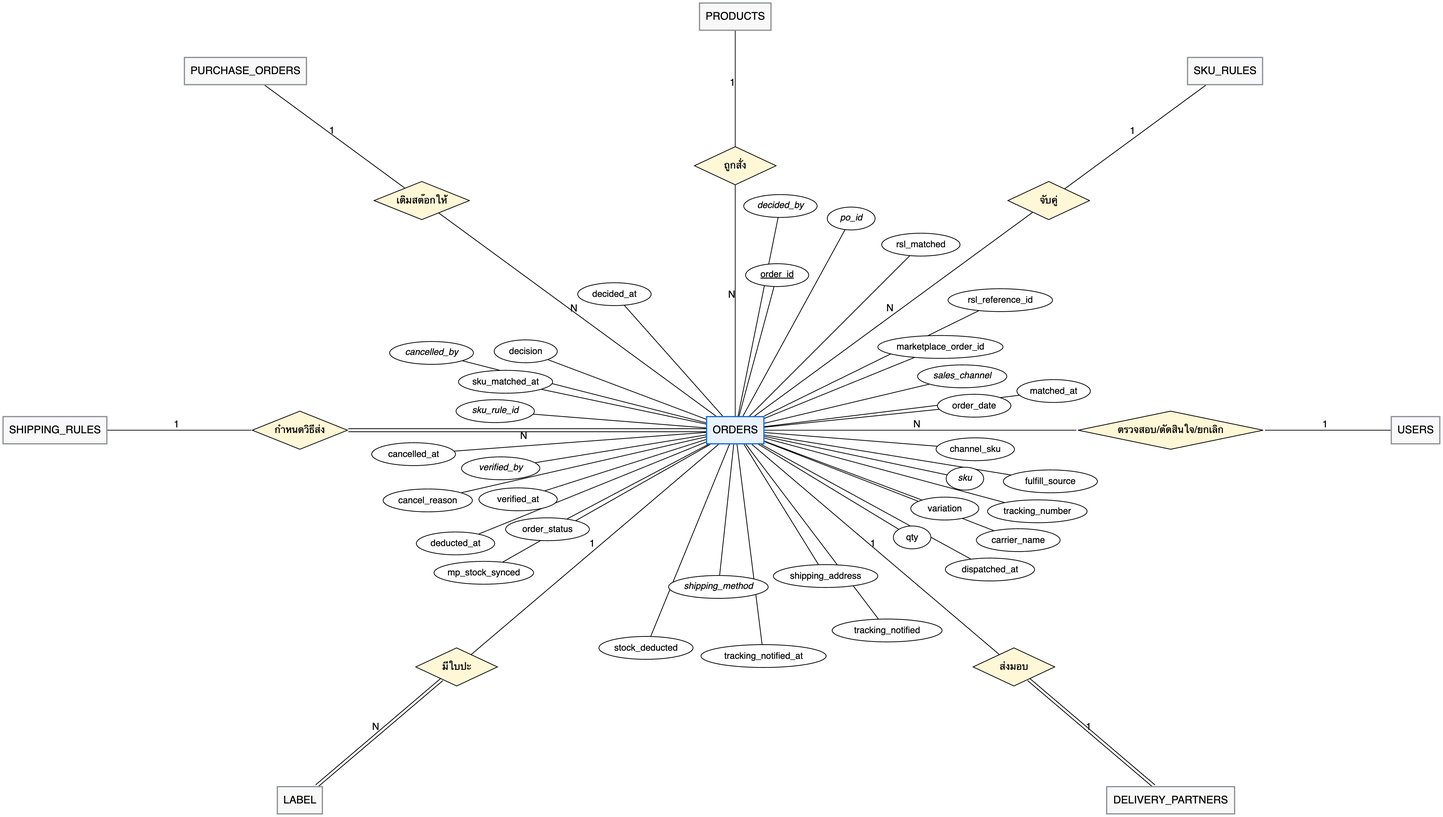
Earlier version of the Graphviz export 04-chapter2-diagrams-database/diagrams/png/er-1.png (xbpkdi/321-sa-proj). Its source is kept beside it as 04-chapter2-diagrams-database/diagrams/src/er-1.dot.
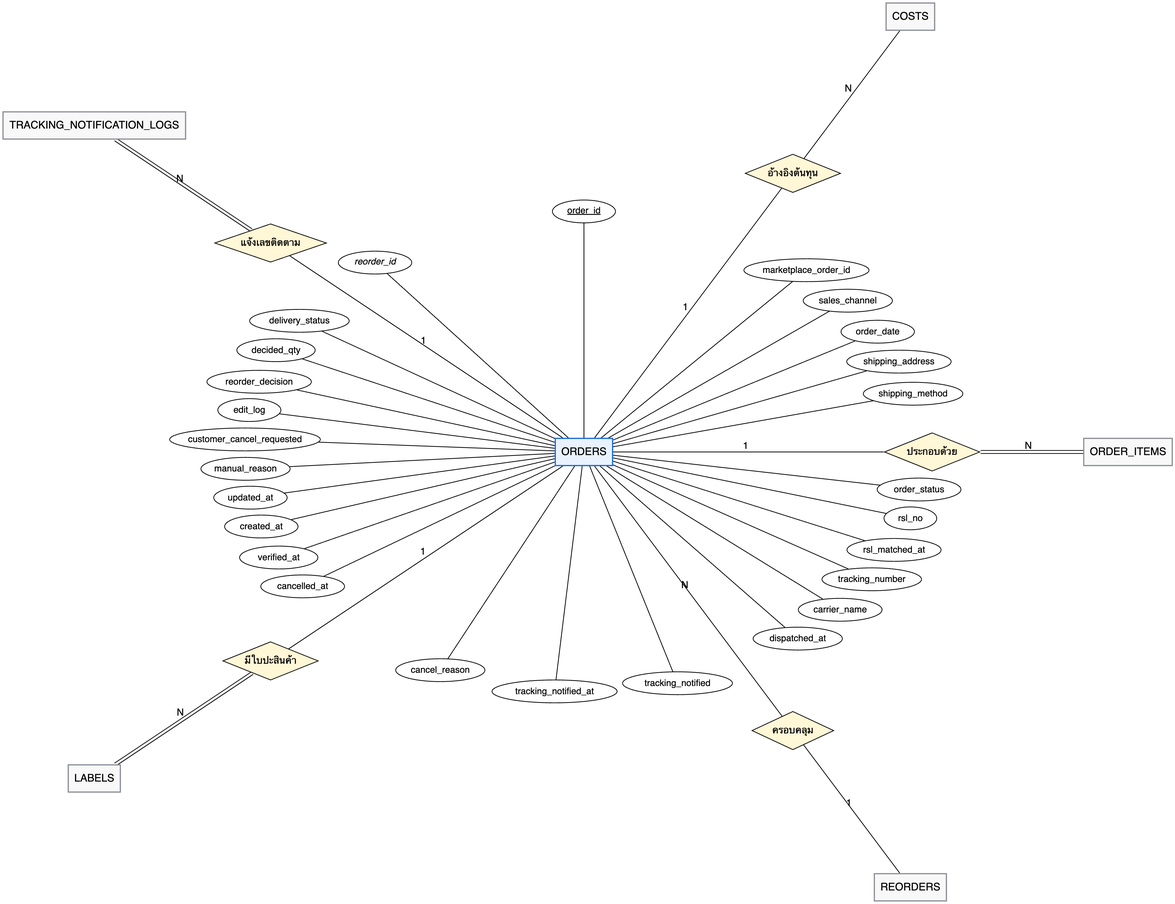
The same diagram one commit later.

Diff of the diagram source:
```diff
@@ -1,101 +1,77 @@
 graph ER {
   layout=neato; overlap=true; splines=line; outputorder=edgesfirst;
   node [fontname="Helvetica", fontsize=14]; edge [fontname="Helvetica", fontsize=13];
-  "rel0" [pos="0.00,4.86!", shape=diamond, style=filled, fillcolor="#fff7d6", label="ถูกสั่ง", fontsize=13, fixedsize=true, width=1.50, height=0.7];
-  "products" -- "rel0" [label="1"];
-  "rel0" -- "orders" [label="N"];
-  "rel1" [pos="5.76,4.22!", shape=diamond, style=filled, fillcolor="#fff7d6", label="จับคู่", fontsize=13, fixedsize=true, width=1.50, height=0.7];
-  "sku_rules" -- "rel1" [label="1"];
-  "rel1" -- "orders" [label="N"];
-  "rel2" [pos="-5.76,4.22!", shape=diamond, style=filled, fillcolor="#fff7d6", label="เติมสต๊อกให้", fontsize=13, fixedsize=true, width=1.75, height=0.7];
-  "purchase_orders" -- "rel2" [label="1"];
-  "rel2" -- "orders" [label="N"];
-  "rel3" [pos="-8.00,0.00!", shape=diamond, style=filled, fillcolor="#fff7d6", label="กำหนดวิธีส่ง", fontsize=13, fixedsize=true, width=1.75, height=0.7];
-  "shipping_rules" -- "rel3" [label="1"];
-  "rel3" -- "orders" [label="N", color="black:invis:black"];
-  "rel4" [pos="8.00,0.00!", shape=diamond, style=filled, fillcolor="#fff7d6", label="ตรวจสอบ/ตัดสินใจ/ยกเลิก", fontsize=13, fixedsize=true, width=3.40, height=0.7];
-  "users" -- "rel4" [label="1"];
-  "rel4" -- "orders" [label="N"];
-  "rel5" [pos="-5.12,-4.35!", shape=diamond, style=filled, fillcolor="#fff7d6", label="มีใบปะ", fontsize=13, fixedsize=true, width=1.50, height=0.7];
-  "orders" -- "rel5" [label="1"];
-  "rel5" -- "label" [label="N", color="black:invis:black"];
-  "rel6" [pos="5.12,-4.35!", shape=diamond, style=filled, fillcolor="#fff7d6", label="ส่งมอบ", fontsize=13, fixedsize=true, width=1.50, height=0.7];
-  "orders" -- "rel6" [label="1"];
-  "rel6" -- "delivery_partners" [label="1", color="black:invis:black"];
-  "users" [pos="12.50,0.00!", shape=box, style="filled", fillcolor="#f8f8f8", color="#8c8f97", penwidth=1.6, label="USERS"];
-  "products" [pos="0.00,7.60!", shape=box, style="filled", fillcolor="#f8f8f8", color="#8c8f97", penwidth=1.6, label="PRODUCTS"];
-  "sku_rules" [pos="9.00,6.60!", shape=box, style="filled", fillcolor="#f8f8f8", color="#8c8f97", penwidth=1.6, label="SKU_RULES"];
-  "purchase_orders" [pos="-9.00,6.60!", shape=box, style="filled", fillcolor="#f8f8f8", color="#8c8f97", penwidth=1.6, label="PURCHASE_ORDERS"];
-  "shipping_rules" [pos="-12.50,0.00!", shape=box, style="filled", fillcolor="#f8f8f8", color="#8c8f97", penwidth=1.6, label="SHIPPING_RULES"];
+  "rel0" [pos="6.40,0.00!", shape=diamond, style=filled, fillcolor="#fff7d6", label="ประกอบด้วย", fontsize=13, fixedsize=true, width=1.75, height=0.7];
+  "orders" -- "rel0" [label="1"];
+  "rel0" -- "order_items" [label="N", color="black:invis:black"];
+  "rel1" [pos="-5.76,-3.84!", shape=diamond, style=filled, fillcolor="#fff7d6", label="มีใบปะสินค้า", fontsize=13, fixedsize=true, width=1.75, height=0.7];
+  "orders" -- "rel1" [label="1"];
+  "rel1" -- "labels" [label="N", color="black:invis:black"];
+  "rel2" [pos="3.84,5.12!", shape=diamond, style=filled, fillcolor="#fff7d6", label="อ้างอิงต้นทุน", fontsize=13, fixedsize=true, width=1.75, height=0.7];
+  "orders" -- "rel2" [label="1"];
+  "rel2" -- "costs" [label="N"];
+  "rel3" [pos="3.84,-5.12!", shape=diamond, style=filled, fillcolor="#fff7d6", label="ครอบคลุม", fontsize=13, fixedsize=true, width=1.50, height=0.7];
+  "reorders" -- "rel3" [label="1"];
+  "rel3" -- "orders" [label="N"];
+  "rel4" [pos="-5.76,3.84!", shape=diamond, style=filled, fillcolor="#fff7d6", label="แจ้งเลขติดตาม", fontsize=13, fixedsize=true, width=2.05, height=0.7];
+  "orders" -- "rel4" [label="1"];
+  "rel4" -- "tracking_notification_logs" [label="N", color="black:invis:black"];
   "orders" [pos="0.00,0.00!", shape=box, style="filled", fillcolor="#e9f2fe", color="#1868db", penwidth=1.6, label="ORDERS"];
-  "orders.order_id" [pos="0.77,2.85!", shape=ellipse, style=filled, fillcolor=white, label=<<u>order_id</u>>, fontsize=12, fixedsize=true, width=1.16, height=0.42];
+  "orders.order_id" [pos="0.00,4.42!", shape=ellipse, style=filled, fillcolor=white, label=<<u>order_id</u>>, fontsize=12, fixedsize=true, width=1.16, height=0.42];
   "orders" -- "orders.order_id";
-  "orders.marketplace_order_id" [pos="3.77,1.53!", shape=ellipse, style=filled, fillcolor=white, label="marketplace_order_id", fontsize=12, fixedsize=true, width=2.30, height=0.42];
+  "orders.marketplace_order_id" [pos="4.09,3.34!", shape=ellipse, style=filled, fillcolor=white, label="marketplace_order_id", fontsize=12, fixedsize=true, width=2.30, height=0.42];
   "orders" -- "orders.marketplace_order_id";
-  "orders.sales_channel" [pos="4.17,0.99!", shape=ellipse, style=filled, fillcolor=white, label=<<i>sales_channel</i>>, fontsize=12, fixedsize=true, width=1.64, height=0.42];
+  "orders.sales_channel" [pos="4.85,2.78!", shape=ellipse, style=filled, fillcolor=white, label="sales_channel", fontsize=12, fixedsize=true, width=1.64, height=0.42];
   "orders" -- "orders.sales_channel";
-  "orders.order_date" [pos="4.39,0.45!", shape=ellipse, style=filled, fillcolor=white, label="order_date", fontsize=12, fixedsize=true, width=1.35, height=0.42];
+  "orders.order_date" [pos="5.40,2.21!", shape=ellipse, style=filled, fillcolor=white, label="order_date", fontsize=12, fixedsize=true, width=1.35, height=0.42];
   "orders" -- "orders.order_date";
-  "orders.channel_sku" [pos="4.41,-0.35!", shape=ellipse, style=filled, fillcolor=white, label="channel_sku", fontsize=12, fixedsize=true, width=1.44, height=0.42];
-  "orders" -- "orders.channel_sku";
-  "orders.sku" [pos="4.22,-0.89!", shape=ellipse, style=filled, fillcolor=white, label=<<i>sku</i>>, fontsize=12, fixedsize=true, width=0.69, height=0.42];
-  "orders" -- "orders.sku";
-  "orders.variation" [pos="3.85,-1.44!", shape=ellipse, style=filled, fillcolor=white, label="variation", fontsize=12, fixedsize=true, width=1.25, height=0.42];
-  "orders" -- "orders.variation";
-  "orders.qty" [pos="3.25,-1.97!", shape=ellipse, style=filled, fillcolor=white, label="qty", fontsize=12, fixedsize=true, width=0.69, height=0.42];
-  "orders" -- "orders.qty";
-  "orders.shipping_address" [pos="1.66,-2.68!", shape=ellipse, style=filled, fillcolor=white, label="shipping_address", fontsize=12, fixedsize=true, width=1.92, height=0.42];
+  "orders.shipping_address" [pos="5.79,1.66!", shape=ellipse, style=filled, fillcolor=white, label="shipping_address", fontsize=12, fixedsize=true, width=1.92, height=0.42];
   "orders" -- "orders.shipping_address";
-  "orders.shipping_method" [pos="-0.31,-2.88!", shape=ellipse, style=filled, fillcolor=white, label=<<i>shipping_method</i>>, fontsize=12, fixedsize=true, width=1.83, height=0.42];
+  "orders.shipping_method" [pos="6.05,1.07!", shape=ellipse, style=filled, fillcolor=white, label="shipping_method", fontsize=12, fixedsize=true, width=1.83, height=0.42];
   "orders" -- "orders.shipping_method";
-  "orders.order_status" [pos="-3.45,-1.82!", shape=ellipse, style=filled, fillcolor=white, label="order_status", fontsize=12, fixedsize=true, width=1.54, height=0.42];
+  "orders.order_status" [pos="6.16,-0.69!", shape=ellipse, style=filled, fillcolor=white, label="order_status", fontsize=12, fixedsize=true, width=1.54, height=0.42];
   "orders" -- "orders.order_status";
-  "orders.verified_at" [pos="-3.99,-1.27!", shape=ellipse, style=filled, fillcolor=white, label="verified_at", fontsize=12, fixedsize=true, width=1.44, height=0.42];
+  "orders.rsl_no" [pos="6.00,-1.22!", shape=ellipse, style=filled, fillcolor=white, label="rsl_no", fontsize=12, fixedsize=true, width=0.97, height=0.42];
+  "orders" -- "orders.rsl_no";
+  "orders.rsl_matched_at" [pos="5.70,-1.80!", shape=ellipse, style=filled, fillcolor=white, label="rsl_matched_at", fontsize=12, fixedsize=true, width=1.73, height=0.42];
+  "orders" -- "orders.rsl_matched_at";
+  "orders.tracking_number" [pos="5.29,-2.34!", shape=ellipse, style=filled, fillcolor=white, label="tracking_number", fontsize=12, fixedsize=true, width=1.83, height=0.42];
+  "orders" -- "orders.tracking_number";
+  "orders.carrier_name" [pos="4.71,-2.90!", shape=ellipse, style=filled, fillcolor=white, label="carrier_name", fontsize=12, fixedsize=true, width=1.54, height=0.42];
+  "orders" -- "orders.carrier_name";
+  "orders.dispatched_at" [pos="3.93,-3.43!", shape=ellipse, style=filled, fillcolor=white, label="dispatched_at", fontsize=12, fixedsize=true, width=1.64, height=0.42];
+  "orders" -- "orders.dispatched_at";
+  "orders.tracking_notified" [pos="1.72,-4.25!", shape=ellipse, style=filled, fillcolor=white, label="tracking_notified", fontsize=12, fixedsize=true, width=2.02, height=0.42];
+  "orders" -- "orders.tracking_notified";
+  "orders.tracking_notified_at" [pos="-0.54,-4.40!", shape=ellipse, style=filled, fillcolor=white, label="tracking_notified_at", fontsize=12, fixedsize=true, width=2.30, height=0.42];
+  "orders" -- "orders.tracking_notified_at";
+  "orders.cancel_reason" [pos="-2.64,-4.01!", shape=ellipse, style=filled, fillcolor=white, label="cancel_reason", fontsize=12, fixedsize=true, width=1.64, height=0.42];
+  "orders" -- "orders.cancel_reason";
+  "orders.cancelled_at" [pos="-5.17,-2.47!", shape=ellipse, style=filled, fillcolor=white, label="cancelled_at", fontsize=12, fixedsize=true, width=1.54, height=0.42];
+  "orders" -- "orders.cancelled_at";
+  "orders.verified_at" [pos="-5.61,-1.94!", shape=ellipse, style=filled, fillcolor=white, label="verified_at", fontsize=12, fixedsize=true, width=1.44, height=0.42];
   "orders" -- "orders.verified_at";
-  "orders.verified_by" [pos="-4.31,-0.70!", shape=ellipse, style=filled, fillcolor=white, label=<<i>verified_by</i>>, fontsize=12, fixedsize=true, width=1.44, height=0.42];
-  "orders" -- "orders.verified_by";
-  "orders.sku_rule_id" [pos="-4.41,0.35!", shape=ellipse, style=filled, fillcolor=white, label=<<i>sku_rule_id</i>>, fontsize=12, fixedsize=true, width=1.44, height=0.42];
-  "orders" -- "orders.sku_rule_id";
-  "orders.sku_matched_at" [pos="-4.22,0.89!", shape=ellipse, style=filled, fillcolor=white, label="sku_matched_at", fontsize=12, fixedsize=true, width=1.73, height=0.42];
-  "orders" -- "orders.sku_matched_at";
-  "orders.decision" [pos="-3.85,1.45!", shape=ellipse, style=filled, fillcolor=white, label="decision", fontsize=12, fixedsize=true, width=1.16, height=0.42];
-  "orders" -- "orders.decision";
-  "orders.decided_at" [pos="-2.22,2.50!", shape=ellipse, style=filled, fillcolor=white, label="decided_at", fontsize=12, fixedsize=true, width=1.35, height=0.42];
-  "orders" -- "orders.decided_at";
-  "orders.decided_by" [pos="0.83,4.12!", shape=ellipse, style=filled, fillcolor=white, label=<<i>decided_by</i>>, fontsize=12, fixedsize=true, width=1.35, height=0.42];
-  "orders" -- "orders.decided_by";
-  "orders.po_id" [pos="2.13,3.89!", shape=ellipse, style=filled, fillcolor=white, label=<<i>po_id</i>>, fontsize=12, fixedsize=true, width=0.88, height=0.42];
-  "orders" -- "orders.po_id";
-  "orders.rsl_matched" [pos="3.41,3.41!", shape=ellipse, style=filled, fillcolor=white, label="rsl_matched", fontsize=12, fixedsize=true, width=1.44, height=0.42];
-  "orders" -- "orders.rsl_matched";
-  "orders.rsl_reference_id" [pos="4.87,2.39!", shape=ellipse, style=filled, fillcolor=white, label="rsl_reference_id", fontsize=12, fixedsize=true, width=1.92, height=0.42];
-  "orders" -- "orders.rsl_reference_id";
-  "orders.matched_at" [pos="5.85,0.72!", shape=ellipse, style=filled, fillcolor=white, label="matched_at", fontsize=12, fixedsize=true, width=1.35, height=0.42];
-  "orders" -- "orders.matched_at";
-  "orders.fulfill_source" [pos="5.79,-0.94!", shape=ellipse, style=filled, fillcolor=white, label="fulfill_source", fontsize=12, fixedsize=true, width=1.73, height=0.42];
-  "orders" -- "orders.fulfill_source";
-  "orders.tracking_number" [pos="5.55,-1.49!", shape=ellipse, style=filled, fillcolor=white, label="tracking_number", fontsize=12, fixedsize=true, width=1.83, height=0.42];
-  "orders" -- "orders.tracking_number";
-  "orders.carrier_name" [pos="5.20,-2.02!", shape=ellipse, style=filled, fillcolor=white, label="carrier_name", fontsize=12, fixedsize=true, width=1.54, height=0.42];
-  "orders" -- "orders.carrier_name";
-  "orders.dispatched_at" [pos="4.68,-2.56!", shape=ellipse, style=filled, fillcolor=white, label="dispatched_at", fontsize=12, fixedsize=true, width=1.64, height=0.42];
-  "orders" -- "orders.dispatched_at";
-  "orders.tracking_notified" [pos="2.79,-3.68!", shape=ellipse, style=filled, fillcolor=white, label="tracking_notified", fontsize=12, fixedsize=true, width=2.02, height=0.42];
-  "orders" -- "orders.tracking_notified";
-  "orders.tracking_notified_at" [pos="0.52,-4.15!", shape=ellipse, style=filled, fillcolor=white, label="tracking_notified_at", fontsize=12, fixedsize=true, width=2.30, height=0.42];
-  "orders" -- "orders.tracking_notified_at";
-  "orders.stock_deducted" [pos="-1.64,-4.00!", shape=ellipse, style=filled, fillcolor=white, label="stock_deducted", fontsize=12, fixedsize=true, width=1.73, height=0.42];
-  "orders" -- "orders.stock_deducted";
-  "orders.mp_stock_synced" [pos="-4.62,-2.62!", shape=ellipse, style=filled, fillcolor=white, label="mp_stock_synced", fontsize=12, fixedsize=true, width=1.83, height=0.42];
-  "orders" -- "orders.mp_stock_synced";
-  "orders.deducted_at" [pos="-5.14,-2.08!", shape=ellipse, style=filled, fillcolor=white, label="deducted_at", fontsize=12, fixedsize=true, width=1.44, height=0.42];
-  "orders" -- "orders.deducted_at";
-  "orders.cancel_reason" [pos="-5.65,-1.29!", shape=ellipse, style=filled, fillcolor=white, label="cancel_reason", fontsize=12, fixedsize=true, width=1.64, height=0.42];
-  "orders" -- "orders.cancel_reason";
-  "orders.cancelled_at" [pos="-5.91,-0.44!", shape=ellipse, style=filled, fillcolor=white, label="cancelled_at", fontsize=12, fixedsize=true, width=1.54, height=0.42];
-  "orders" -- "orders.cancelled_at";
-  "orders.cancelled_by" [pos="-5.58,1.42!", shape=ellipse, style=filled, fillcolor=white, label=<<i>cancelled_by</i>>, fontsize=12, fixedsize=true, width=1.54, height=0.42];
-  "orders" -- "orders.cancelled_by";
-  "label" [pos="-8.00,-6.80!", shape=box, style="filled", fillcolor="#f8f8f8", color="#8c8f97", penwidth=1.6, label="LABEL"];
-  "delivery_partners" [pos="8.00,-6.80!", shape=box, style="filled", fillcolor="#f8f8f8", color="#8c8f97", penwidth=1.6, label="DELIVERY_PARTNERS"];
+  "orders.created_at" [pos="-5.93,-1.37!", shape=ellipse, style=filled, fillcolor=white, label="created_at", fontsize=12, fixedsize=true, width=1.35, height=0.42];
+  "orders" -- "orders.created_at";
+  "orders.updated_at" [pos="-6.13,-0.84!", shape=ellipse, style=filled, fillcolor=white, label="updated_at", fontsize=12, fixedsize=true, width=1.35, height=0.42];
+  "orders" -- "orders.updated_at";
+  "orders.manual_reason" [pos="-6.22,-0.31!", shape=ellipse, style=filled, fillcolor=white, label="manual_reason", fontsize=12, fixedsize=true, width=1.64, height=0.42];
+  "orders" -- "orders.manual_reason";
+  "orders.customer_cancel_requested" [pos="-6.23,0.23!", shape=ellipse, style=filled, fillcolor=white, label="customer_cancel_requested", fontsize=12, fixedsize=true, width=2.77, height=0.42];
+  "orders" -- "orders.customer_cancel_requested";
+  "orders.edit_log" [pos="-6.15,0.77!", shape=ellipse, style=filled, fillcolor=white, label="edit_log", fontsize=12, fixedsize=true, width=1.16, height=0.42];
+  "orders" -- "orders.edit_log";
+  "orders.reorder_decision" [pos="-5.97,1.29!", shape=ellipse, style=filled, fillcolor=white, label="reorder_decision", fontsize=12, fixedsize=true, width=1.92, height=0.42];
+  "orders" -- "orders.reorder_decision";
+  "orders.decided_qty" [pos="-5.66,1.87!", shape=ellipse, style=filled, fillcolor=white, label="decided_qty", fontsize=12, fixedsize=true, width=1.44, height=0.42];
+  "orders" -- "orders.decided_qty";
+  "orders.delivery_status" [pos="-5.23,2.41!", shape=ellipse, style=filled, fillcolor=white, label="delivery_status", fontsize=12, fixedsize=true, width=1.83, height=0.42];
+  "orders" -- "orders.delivery_status";
+  "orders.reorder_id" [pos="-3.84,3.48!", shape=ellipse, style=filled, fillcolor=white, label=<<i>reorder_id</i>>, fontsize=12, fixedsize=true, width=1.35, height=0.42];
+  "orders" -- "orders.reorder_id";
+  "order_items" [pos="10.00,0.00!", shape=box, style="filled", fillcolor="#f8f8f8", color="#8c8f97", penwidth=1.6, label="ORDER_ITEMS"];
+  "costs" [pos="6.00,8.00!", shape=box, style="filled", fillcolor="#f8f8f8", color="#8c8f97", penwidth=1.6, label="COSTS"];
+  "reorders" [pos="6.00,-8.00!", shape=box, style="filled", fillcolor="#f8f8f8", color="#8c8f97", penwidth=1.6, label="REORDERS"];
+  "labels" [pos="-9.00,-6.00!", shape=box, style="filled", fillcolor="#f8f8f8", color="#8c8f97", penwidth=1.6, label="LABELS"];
+  "tracking_notification_logs" [pos="-9.00,6.00!", shape=box, style="filled", fillcolor="#f8f8f8", color="#8c8f97", penwidth=1.6, label="TRACKING_NOTIFICATION_LOGS"];
 }
```
